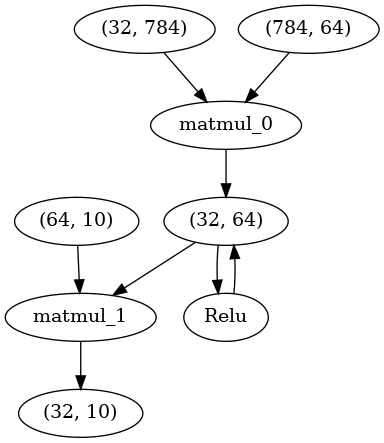
Before: dlgrad/net.png, a diagram exported from Graphviz (NavneetKanna/dlgrad). Its source is kept beside it as dlgrad/net.dot.
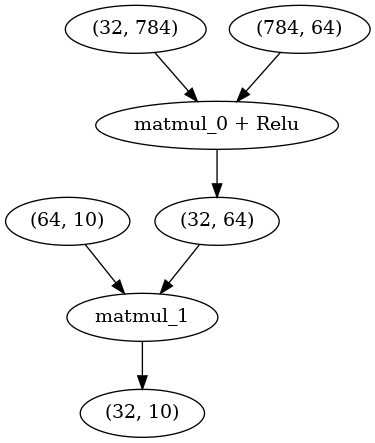
After the change.

Change to the diagram source:
```diff
@@ -1,18 +1,15 @@
 strict digraph  {
-matmul_0;
-Relu;
+"matmul_0 + Relu";
 matmul_1;
 "(32, 784)";
 "(784, 64)";
 "(32, 64)";
 "(64, 10)";
 "(32, 10)";
-matmul_0 -> "(32, 64)";
-Relu -> "(32, 64)";
+"matmul_0 + Relu" -> "(32, 64)";
 matmul_1 -> "(32, 10)";
-"(32, 784)" -> matmul_0;
-"(784, 64)" -> matmul_0;
-"(32, 64)" -> Relu;
+"(32, 784)" -> "matmul_0 + Relu";
+"(784, 64)" -> "matmul_0 + Relu";
 "(32, 64)" -> matmul_1;
 "(64, 10)" -> matmul_1;
 }
```
